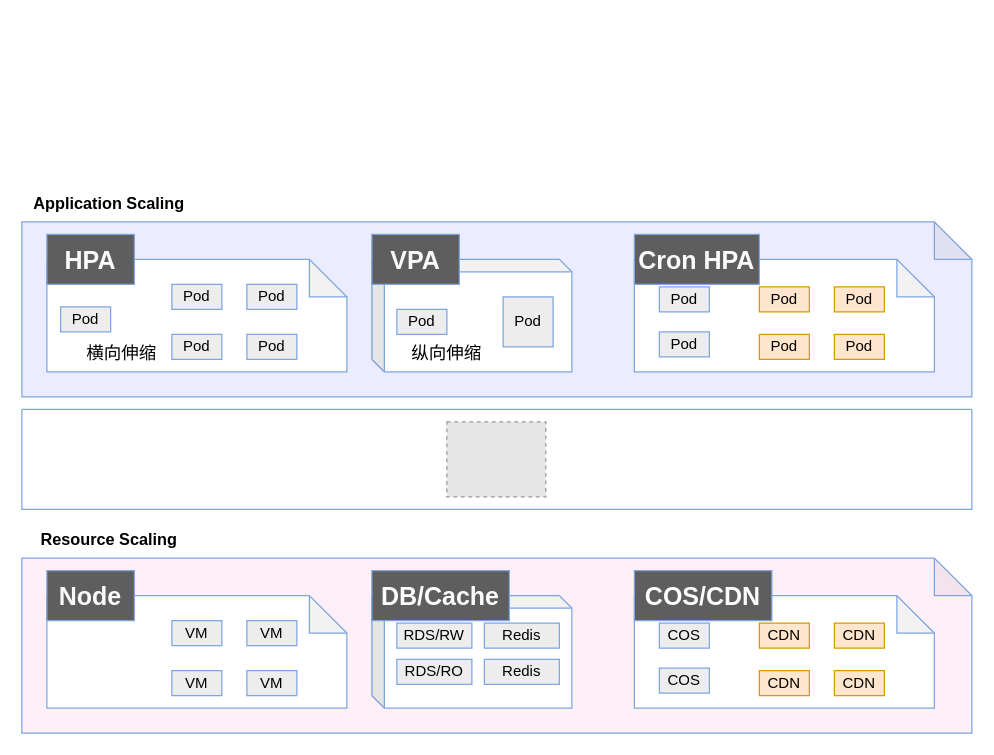
xiagw/drawio-devops keeps this draw.io diagram as page "HPA" (2 of 4) of devops/game-stock.drawio. Above is the earlier version. Source tidied: cells renumbered, new cells numbered last; positions are measured from the earlier drawing's top-left corner, leaving out a move shared by most shapes. Both pictures are drawn from the tidied source at 125%, with x=0, y=0 at pixel (21, 184). Pictures stored in the file or linked from it are replaced by grey dashed boxes.
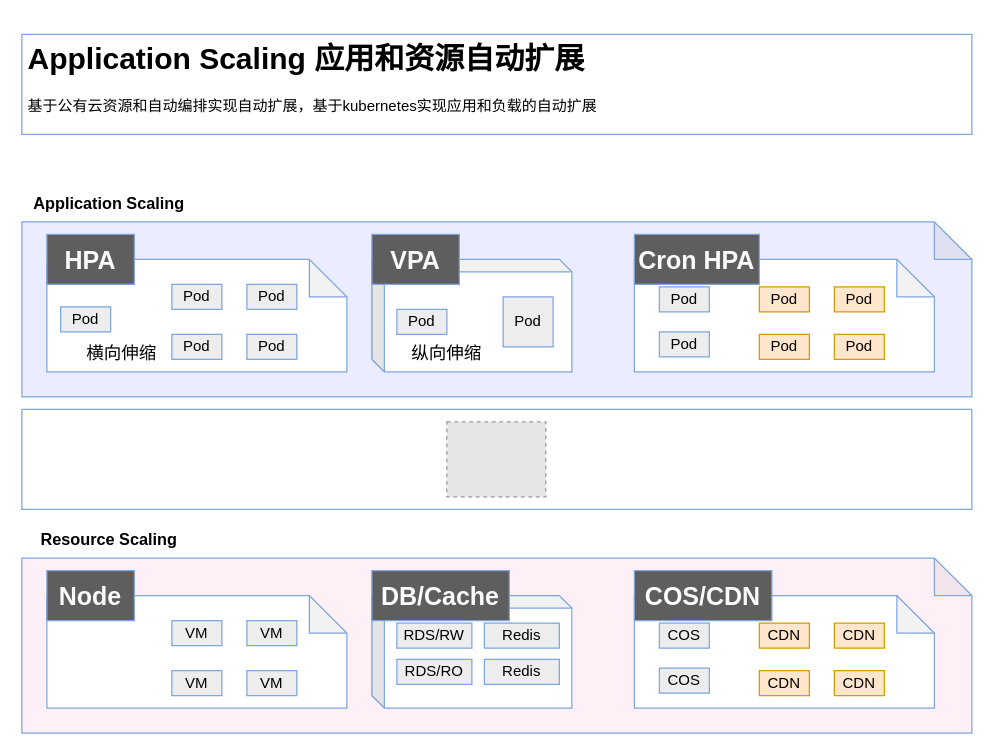
The same page after the edit.

Change to the diagram source:
```diff
@@
+    <mxCell id="49" value="&lt;h1&gt;Application Scaling 应用和资源自动扩展&lt;br&gt;&lt;/h1&gt;&lt;p&gt;基于公有云资源和自动编排实现自动扩展，基于kubernetes实现应用和负载的自动扩展&lt;br&gt;&lt;/p&gt;" style="text;html=1;strokeColor=#7EA6E0;fillColor=none;spacing=5;spacingTop=-20;whiteSpace=wrap;overflow=hidden;rounded=0;" parent="1" vertex="1">
+      <mxGeometry y="-120" width="760" height="80" as="geometry" />
+    </mxCell>
```
